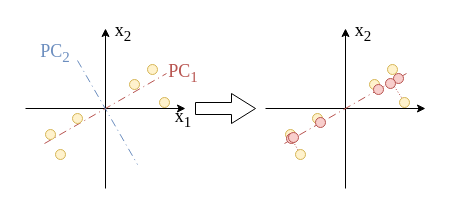
JingLiuchang/drawio keeps this draw.io diagram as page "PCA降维在二维空间的示例" (1 of 3) of 未命名绘图.drawio. Above is the earlier version. Source tidied: cells renumbered, new cells numbered last; positions are measured from the earlier drawing's top-left corner, leaving out a move shared by most shapes. Both pictures are drawn from the tidied source at 100%, with x=0, y=0 at pixel (25, 17).
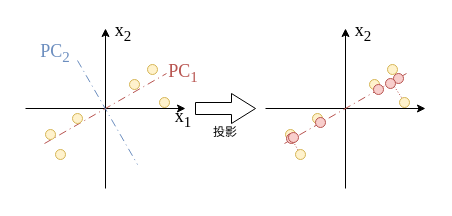
The same diagram, later.

Commit message (it also covers changes not shown here):
更新未命名绘图.drawio

Diff of the diagram source:
```diff
@@
+    <mxCell id="36" value="投影" style="text;html=1;whiteSpace=wrap;strokeColor=none;fillColor=none;align=center;verticalAlign=middle;rounded=0;" parent="1" vertex="1">
+      <mxGeometry x="170" y="100" width="60" height="30" as="geometry" />
+    </mxCell>
```
